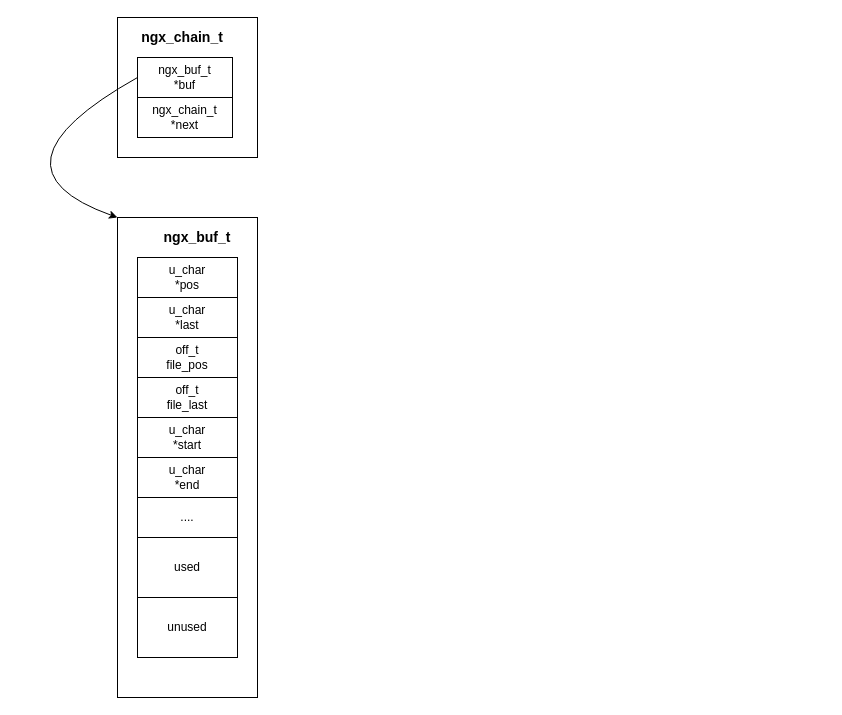
Before: page "ngx_buf" (4 of 4) of Nginx.drawio in JianHao-Chen/UML, a draw.io diagram. Source tidied: cells renumbered, new cells numbered last; positions are measured from the earlier drawing's top-left corner, leaving out a move shared by most shapes. Both pictures are drawn from the tidied source at 100%, with x=0, y=0 at pixel (-23, 17).
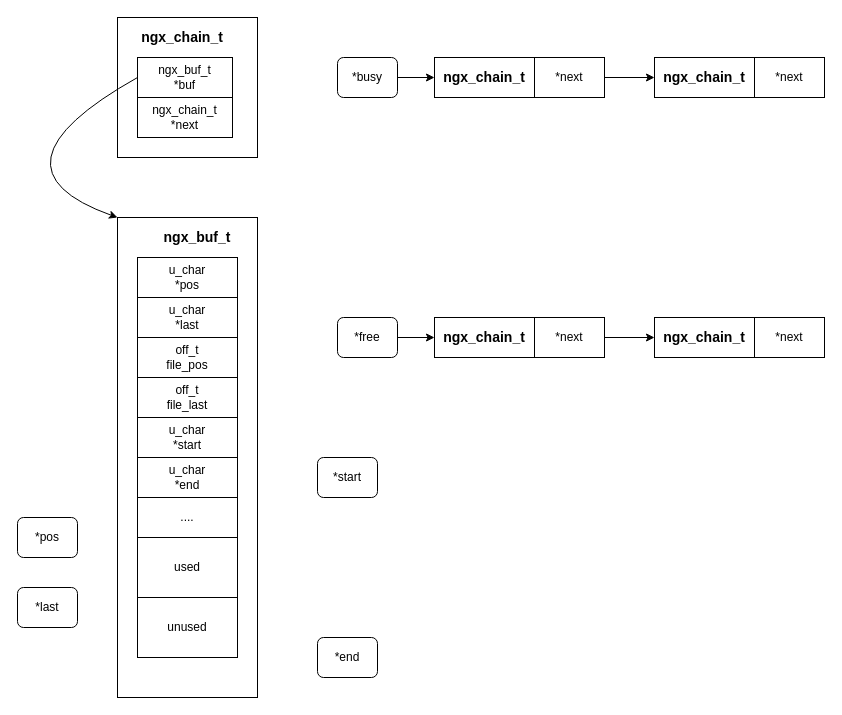
Above is the later version.

What changed in the source:
```diff
@@
+    <mxCell id="18" value="&lt;b style=&quot;font-size: 14px&quot;&gt;ngx_chain_t&lt;/b&gt;" style="rounded=0;whiteSpace=wrap;html=1;fillColor=#ffffff;" parent="1" vertex="1">
+      <mxGeometry x="457" y="40" width="100" height="40" as="geometry" />
+    </mxCell>
+    <mxCell id="19" value="*next" style="rounded=0;whiteSpace=wrap;html=1;fillColor=#ffffff;" parent="1" vertex="1">
+      <mxGeometry x="557" y="40" width="70" height="40" as="geometry" />
+    </mxCell>
+    <mxCell id="20" value="&lt;b style=&quot;font-size: 14px&quot;&gt;ngx_chain_t&lt;/b&gt;" style="rounded=0;whiteSpace=wrap;html=1;fillColor=#ffffff;" parent="1" vertex="1">
+      <mxGeometry x="677" y="40" width="100" height="40" as="geometry" />
+    </mxCell>
+    <mxCell id="21" value="*next" style="rounded=0;whiteSpace=wrap;html=1;fillColor=#ffffff;" parent="1" vertex="1">
+      <mxGeometry x="777" y="40" width="70" height="40" as="geometry" />
+    </mxCell>
+    <mxCell id="22" value="*busy" style="rounded=1;whiteSpace=wrap;html=1;fillColor=#ffffff;" parent="1" vertex="1">
+      <mxGeometry x="360" y="40" width="60" height="40" as="geometry" />
+    </mxCell>
+    <mxCell id="23" style="endArrow=classic;html=1;exitX=1;exitY=0.5;exitDx=0;exitDy=0;entryX=0;entryY=0.5;entryDx=0;entryDy=0;" parent="1" edge="1" source="22" target="18">
+      <mxGeometry relative="1" as="geometry" />
+    </mxCell>
+    <mxCell id="24" style="endArrow=classic;html=1;exitX=1;exitY=0.5;exitDx=0;exitDy=0;entryX=0;entryY=0.5;entryDx=0;entryDy=0;" parent="1" edge="1" source="19" target="20">
+      <mxGeometry relative="1" as="geometry" />
+    </mxCell>
+    <mxCell id="25" value="&lt;b style=&quot;font-size: 14px&quot;&gt;ngx_chain_t&lt;/b&gt;" style="rounded=0;whiteSpace=wrap;html=1;fillColor=#ffffff;" parent="1" vertex="1">
+      <mxGeometry x="457" y="300" width="100" height="40" as="geometry" />
+    </mxCell>
+    <mxCell id="26" value="*next" style="rounded=0;whiteSpace=wrap;html=1;fillColor=#ffffff;" parent="1" vertex="1">
+      <mxGeometry x="557" y="300" width="70" height="40" as="geometry" />
+    </mxCell>
+    <mxCell id="27" value="&lt;b style=&quot;font-size: 14px&quot;&gt;ngx_chain_t&lt;/b&gt;" style="rounded=0;whiteSpace=wrap;html=1;fillColor=#ffffff;" parent="1" vertex="1">
+      <mxGeometry x="677" y="300" width="100" height="40" as="geometry" />
+    </mxCell>
+    <mxCell id="28" value="*next" style="rounded=0;whiteSpace=wrap;html=1;fillColor=#ffffff;" parent="1" vertex="1">
+      <mxGeometry x="777" y="300" width="70" height="40" as="geometry" />
+    </mxCell>
+    <mxCell id="29" value="*free" style="rounded=1;whiteSpace=wrap;html=1;fillColor=#ffffff;" parent="1" vertex="1">
+      <mxGeometry x="360" y="300" width="60" height="40" as="geometry" />
+    </mxCell>
+    <mxCell id="30" style="endArrow=classic;html=1;exitX=1;exitY=0.5;exitDx=0;exitDy=0;entryX=0;entryY=0.5;entryDx=0;entryDy=0;" parent="1" edge="1" source="29" target="25">
+      <mxGeometry relative="1" as="geometry" />
+    </mxCell>
+    <mxCell id="31" style="endArrow=classic;html=1;exitX=1;exitY=0.5;exitDx=0;exitDy=0;entryX=0;entryY=0.5;entryDx=0;entryDy=0;" parent="1" edge="1" source="26" target="27">
+      <mxGeometry relative="1" as="geometry" />
+    </mxCell>
+    <mxCell id="32" value="*pos" style="rounded=1;whiteSpace=wrap;html=1;fillColor=#ffffff;" parent="1" vertex="1">
+      <mxGeometry x="40" y="500" width="60" height="40" as="geometry" />
+    </mxCell>
+    <mxCell id="33" value="*last" style="rounded=1;whiteSpace=wrap;html=1;fillColor=#ffffff;" parent="1" vertex="1">
+      <mxGeometry x="40" y="570" width="60" height="40" as="geometry" />
+    </mxCell>
+    <mxCell id="34" value="*start" style="rounded=1;whiteSpace=wrap;html=1;fillColor=#ffffff;" parent="1" vertex="1">
+      <mxGeometry x="340" y="440" width="60" height="40" as="geometry" />
+    </mxCell>
+    <mxCell id="35" value="*end" style="rounded=1;whiteSpace=wrap;html=1;fillColor=#ffffff;" parent="1" vertex="1">
+      <mxGeometry x="340" y="620" width="60" height="40" as="geometry" />
+    </mxCell>
```
